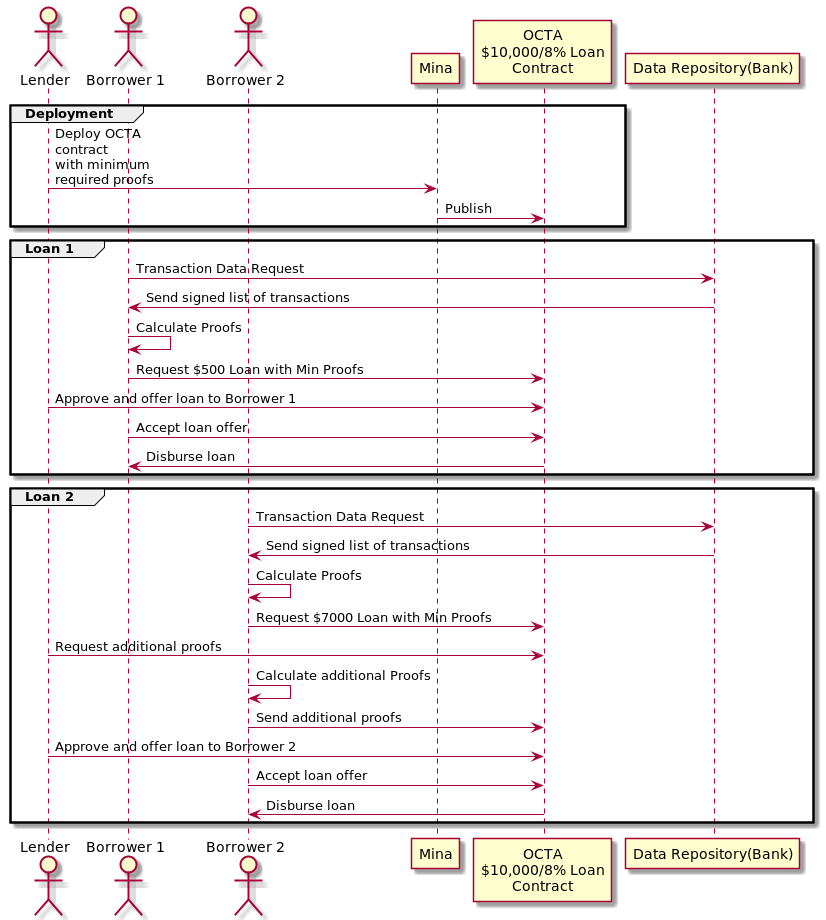
Before: OCTA-0/highlevel-prototype.png, a diagram exported from PlantUML (octaborg/proposals).
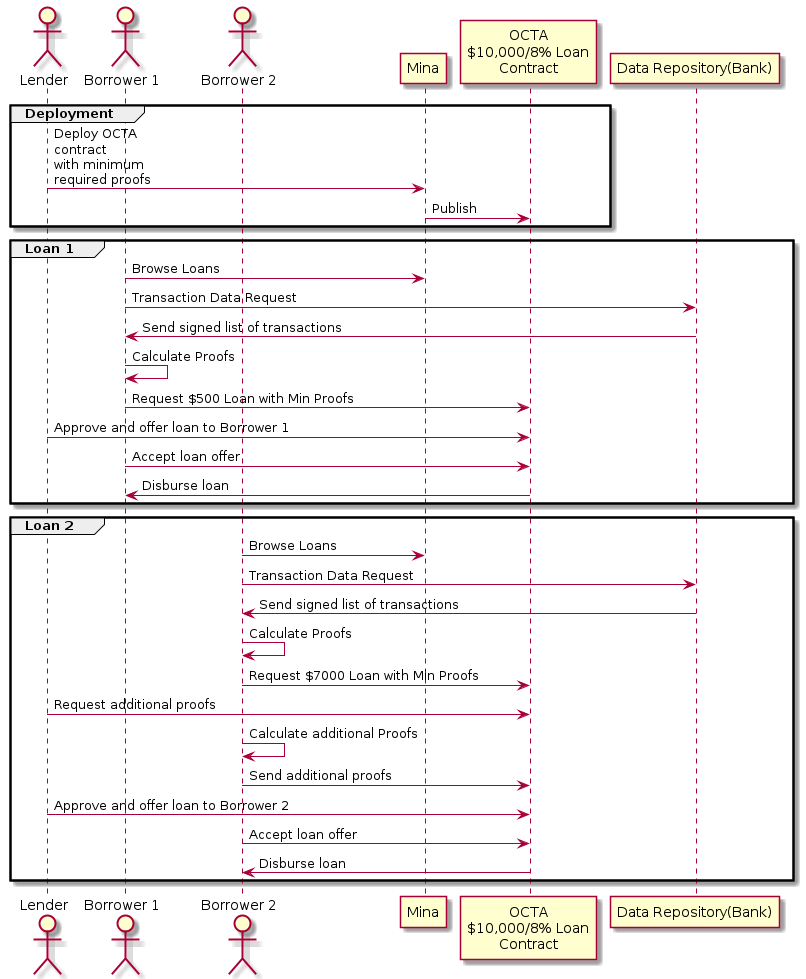
After the change.

Change to the diagram source:
```diff
@@ -11,6 +11,7 @@
 M->O: Publish
 end
 group Loan 1
+B1->M: Browse Loans
 B1->D: Transaction Data Request
 D->B1: Send signed list of transactions
 B1->B1: Calculate Proofs
@@ -21,6 +22,7 @@
 end
 
 group Loan 2
+B2->M: Browse Loans
 B2->D: Transaction Data Request
 D->B2: Send signed list of transactions
 B2->B2: Calculate Proofs
```
